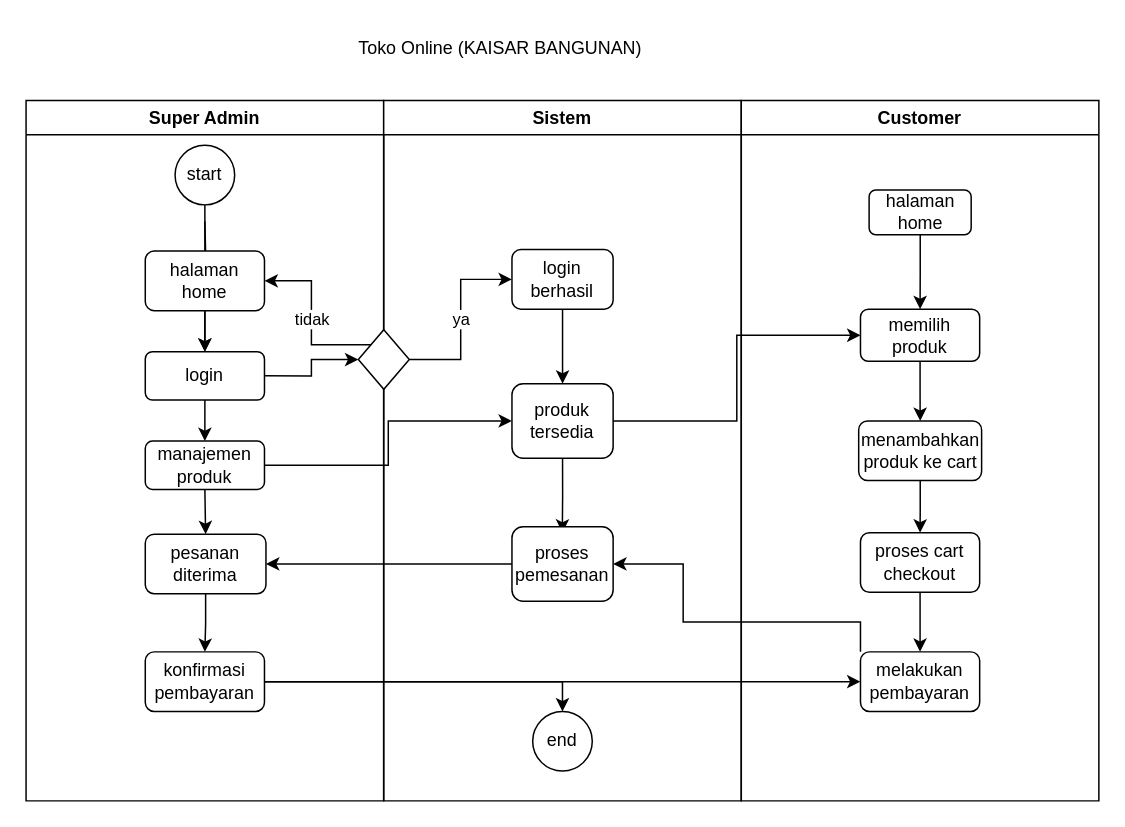
This is Untitled Diagram.drawio from bungadiagram/diagram, a draw.io file, before an edit. Source tidied: cells renumbered, new cells numbered last; positions are measured from the earlier drawing's top-left corner, leaving out a move shared by most shapes. Both pictures are drawn from the tidied source at 149%, with x=0, y=0 at pixel (25, 25).
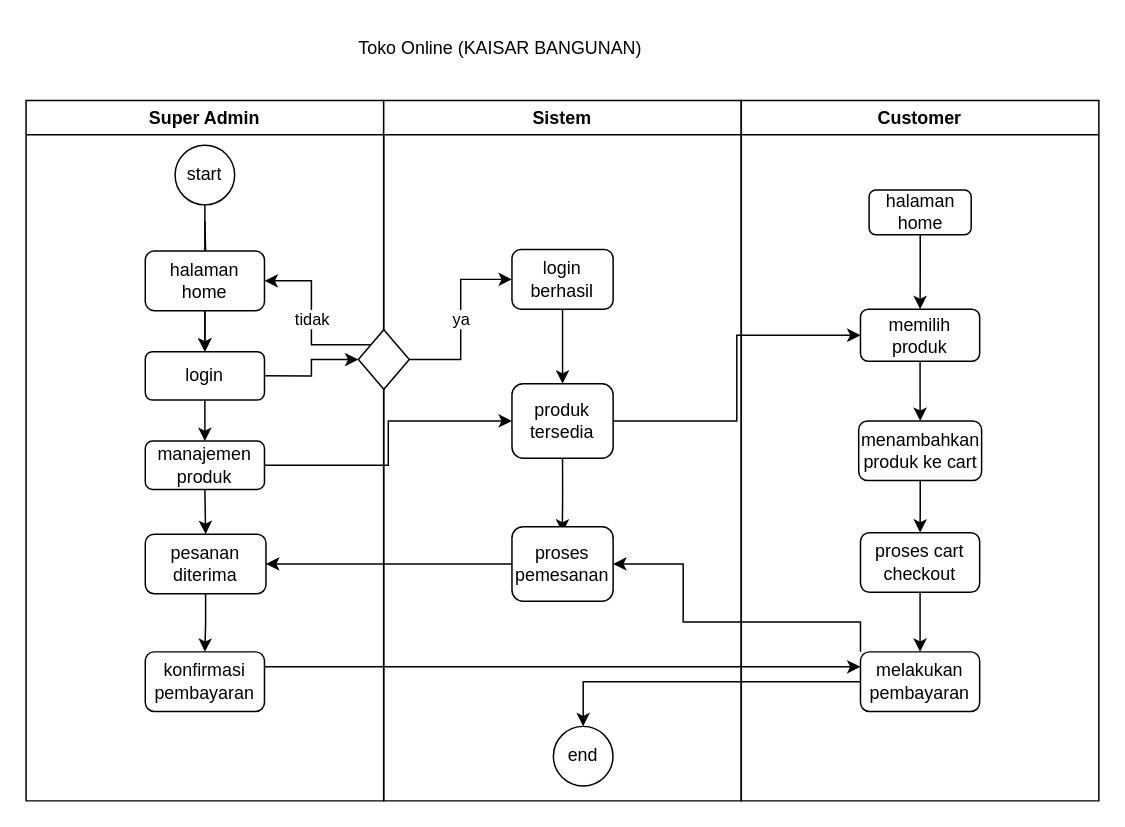
After the change.

The change refers to these unchanged cells:
```xml
<mxCell id="15" value="konfirmasi pembayaran" style="whiteSpace=wrap;html=1;rounded=1;" parent="3" vertex="1">
  <mxGeometry x="80" y="370" width="80" height="40" as="geometry" />
</mxCell>
<mxCell id="16" value="Sistem" style="swimlane;whiteSpace=wrap;html=1;" parent="1" vertex="1">
  <mxGeometry x="240" y="50" width="240" height="470" as="geometry" />
</mxCell>
<mxCell id="34" value="melakukan pembayaran" style="whiteSpace=wrap;html=1;rounded=1;" parent="25" vertex="1">
  <mxGeometry x="80" y="370" width="80" height="40" as="geometry" />
</mxCell>
```

Diff of the diagram source:
```diff
@@
     <mxCell id="24" value="end" style="ellipse;whiteSpace=wrap;html=1;" parent="16" vertex="1">
-      <mxGeometry x="100" y="410" width="40" height="40" as="geometry" />
+      <mxGeometry x="113.9" y="420" width="40" height="40" as="geometry" />
     </mxCell>
@@
-    <mxCell id="40" style="edgeStyle=orthogonalEdgeStyle;rounded=0;jettySize=auto;html=1;" parent="1" edge="1" source="15" target="34">
-      <mxGeometry relative="1" as="geometry">
-        <Array as="points">
-          <mxPoint x="361" y="440" />
-          <mxPoint x="361" y="440" />
-        </Array>
-      </mxGeometry>
-    </mxCell>
@@
-    <mxCell id="42" style="edgeStyle=orthogonalEdgeStyle;rounded=0;jettySize=auto;html=1;entryX=0.5;entryY=0;entryDx=0;entryDy=0;" parent="1" edge="1" source="15" target="24">
+    <mxCell id="42" style="edgeStyle=orthogonalEdgeStyle;rounded=0;jettySize=auto;html=1;entryX=0.5;entryY=0;entryDx=0;entryDy=0;exitX=0;exitY=0.5;exitDx=0;exitDy=0;" parent="1" edge="1" source="34" target="24">
       <mxGeometry relative="1" as="geometry" />
     </mxCell>
+    <mxCell id="43" style="edgeStyle=orthogonalEdgeStyle;rounded=0;jettySize=auto;html=1;entryX=0;entryY=0.25;entryDx=0;entryDy=0;" parent="1" edge="1" target="34">
+      <mxGeometry relative="1" as="geometry">
+        <mxPoint x="161" y="430" as="sourcePoint" />
+        <Array as="points">
+          <mxPoint x="160" y="430" />
+        </Array>
+      </mxGeometry>
+    </mxCell>
```
